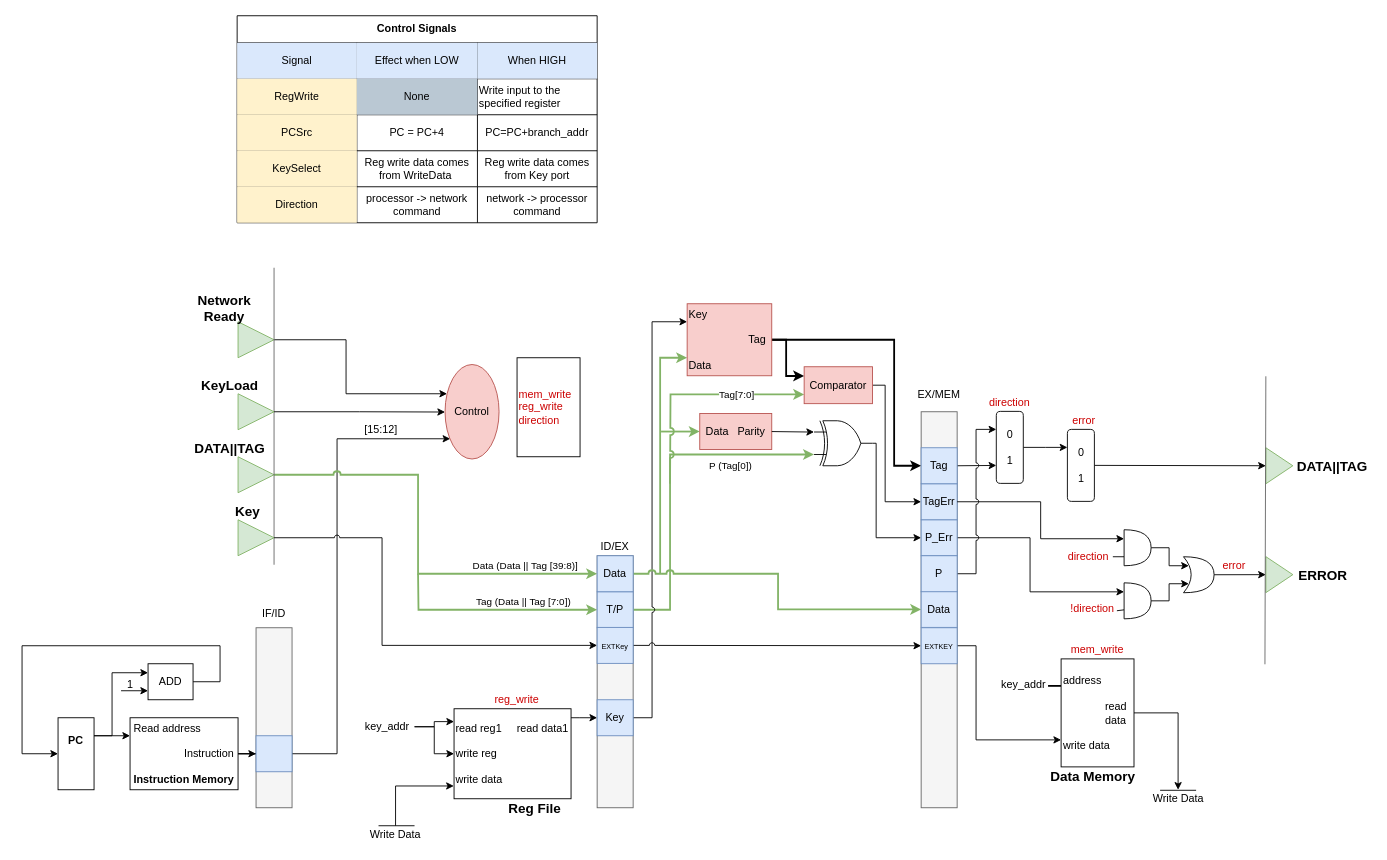
This is overall.drawio from featherbear/UNSW-COMP3211, a draw.io file, before an edit. Source tidied: cells renumbered, new cells numbered last; positions are measured from the earlier drawing's top-left corner, leaving out a move shared by most shapes. Both pictures are drawn from the tidied source at 90%, with x=0, y=0 at pixel (22, 15).
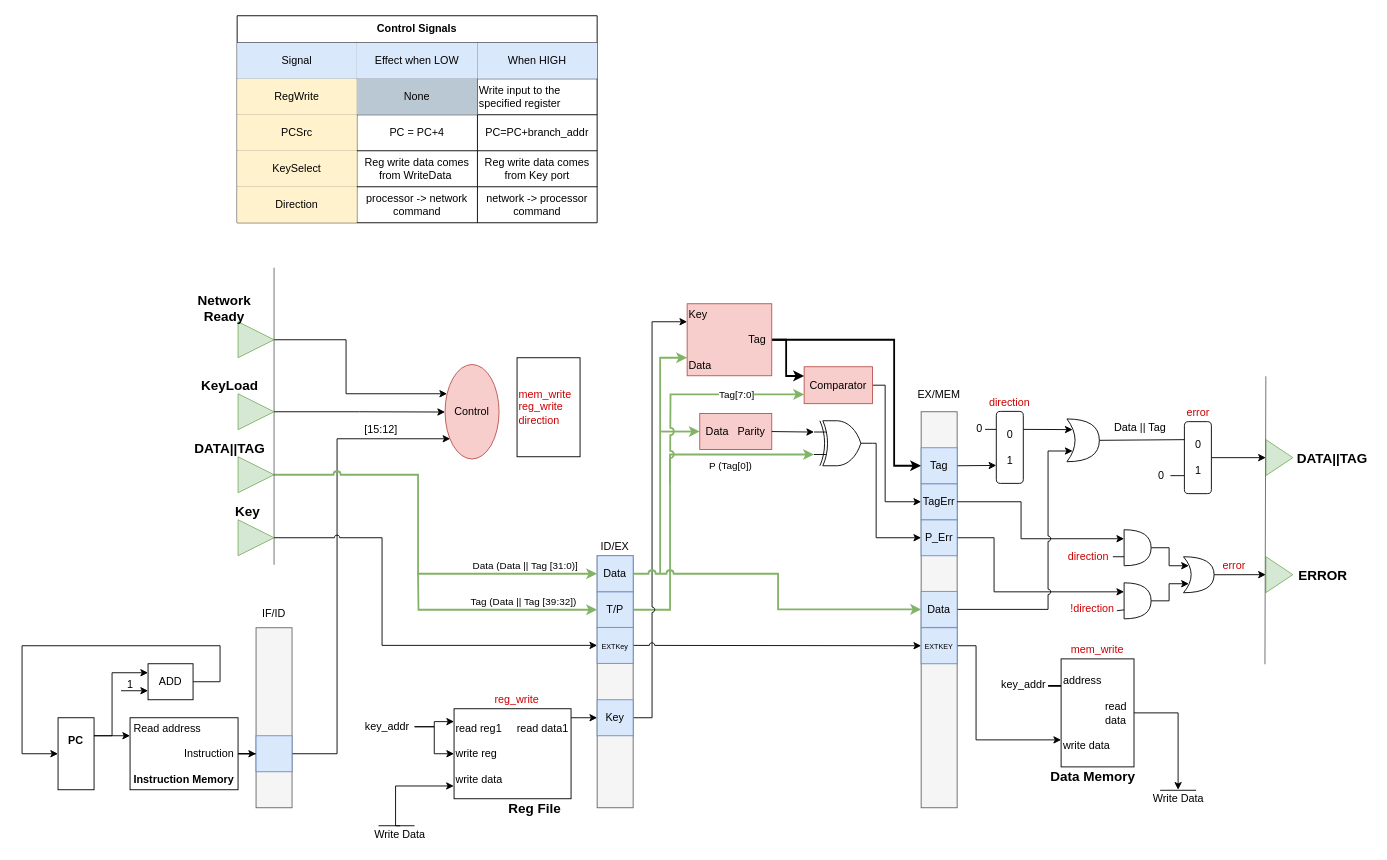
The same diagram, later.

Commit message:
this is not the last update

Unchanged cells that the change refers to:
```xml
<mxCell id="29" style="edgeStyle=orthogonalEdgeStyle;rounded=0;jettySize=auto;html=1;entryX=0;entryY=0.5;entryDx=0;entryDy=0;fillColor=#d5e8d4;strokeColor=#82b366;strokeWidth=2;exitX=1;exitY=0.5;exitDx=0;exitDy=0;jumpStyle=arc;" parent="1" edge="1" source="31" target="50">
  <mxGeometry relative="1" as="geometry">
    <Array as="points">
      <mxPoint x="440" y="510" />
      <mxPoint x="440" y="620" />
    </Array>
  </mxGeometry>
</mxCell>
<mxCell id="45" value="P_Err" style="whiteSpace=wrap;html=1;fillColor=#dae8fc;strokeColor=#6c8ebf;" parent="1" vertex="1">
  <mxGeometry x="999" y="560" width="40" height="40" as="geometry" />
</mxCell>
<mxCell id="46" value="TagErr" style="whiteSpace=wrap;html=1;fillColor=#dae8fc;strokeColor=#6c8ebf;" parent="1" vertex="1">
  <mxGeometry x="999" y="520" width="40" height="40" as="geometry" />
</mxCell>
<mxCell id="61" style="shape=or;whiteSpace=wrap;html=1;" parent="1" vertex="1">
  <mxGeometry x="1224.5" y="571.1" width="30" height="40" as="geometry" />
</mxCell>
<mxCell id="64" style="shape=or;whiteSpace=wrap;html=1;" parent="1" vertex="1">
  <mxGeometry x="1224.5" y="630.1" width="30" height="40" as="geometry" />
</mxCell>
<mxCell id="73" value="Data" style="whiteSpace=wrap;html=1;fillColor=#dae8fc;strokeColor=#6c8ebf;" parent="1" vertex="1">
  <mxGeometry x="999" y="639.6" width="40" height="40" as="geometry" />
</mxCell>
<mxCell id="75" value="&lt;div&gt;0&lt;/div&gt;&lt;div&gt;&lt;br&gt;&lt;/div&gt;&lt;div&gt;1&lt;/div&gt;" style="rounded=1;whiteSpace=wrap;html=1;align=center;" parent="1" vertex="1">
  <mxGeometry x="1082.5" y="439.6" width="30" height="80" as="geometry" />
</mxCell>
```

The edit, as a diff of the source:
```diff
@@
-    <mxCell id="30" value="Data (Data || Tag [39:8)]" style="edgeLabel;html=1;align=center;verticalAlign=middle;" parent="29" vertex="1">
+    <mxCell id="30" value="Data (Data || Tag [31:0)]" style="edgeLabel;html=1;align=center;verticalAlign=middle;" parent="29" vertex="1">
       <mxGeometry x="0.58" y="-2" relative="1" as="geometry">
         <mxPoint x="17.4" y="-12" as="offset" />
       </mxGeometry>
     </mxCell>
@@
     <mxCell id="44" style="edgeStyle=orthogonalEdgeStyle;rounded=0;jumpStyle=arc;jettySize=auto;html=1;exitX=1;exitY=0.5;exitDx=0;exitDy=0;entryX=0;entryY=0.25;entryDx=0;entryDy=0;entryPerimeter=0;startArrow=none;startFill=0;endArrow=classic;endFill=1;strokeWidth=1;" parent="1" edge="1" source="45" target="64">
       <mxGeometry relative="1" as="geometry">
         <Array as="points">
-          <mxPoint x="1120" y="580" />
-          <mxPoint x="1120" y="640" />
+          <mxPoint x="1080" y="580" />
+          <mxPoint x="1080" y="640" />
         </Array>
       </mxGeometry>
     </mxCell>
@@
     <mxCell id="53" value="Write Data" style="text;html=1;strokeColor=none;fillColor=none;align=center;verticalAlign=middle;whiteSpace=wrap;rounded=0;" parent="1" vertex="1">
-      <mxGeometry x="365" y="900" width="100" height="20" as="geometry" />
+      <mxGeometry x="370" y="900" width="100" height="20" as="geometry" />
     </mxCell>
@@
     <mxCell id="58" style="edgeStyle=orthogonalEdgeStyle;rounded=0;jumpStyle=arc;jettySize=auto;html=1;exitX=0;exitY=0.25;exitDx=0;exitDy=0;exitPerimeter=0;entryX=1;entryY=0.5;entryDx=0;entryDy=0;startArrow=classic;startFill=1;endArrow=none;endFill=0;strokeWidth=1;" parent="1" edge="1" source="61" target="46">
-      <mxGeometry relative="1" as="geometry" />
+      <mxGeometry relative="1" as="geometry">
+        <Array as="points">
+          <mxPoint x="1110" y="581" />
+          <mxPoint x="1110" y="540" />
+        </Array>
+      </mxGeometry>
     </mxCell>
@@
     <mxCell id="67" style="triangle;whiteSpace=wrap;html=1;fillColor=#d5e8d4;strokeColor=#82b366;" parent="1" vertex="1">
-      <mxGeometry x="1382" y="480" width="30" height="40" as="geometry" />
+      <mxGeometry x="1382" y="471" width="30" height="40" as="geometry" />
     </mxCell>
@@
     <mxCell id="69" value="&lt;b&gt;&lt;font style=&quot;font-size: 15px&quot;&gt;DATA||TAG&lt;/font&gt;&lt;/b&gt;" style="text;html=1;strokeColor=none;fillColor=none;align=center;verticalAlign=middle;whiteSpace=wrap;rounded=0;" parent="1" vertex="1">
-      <mxGeometry x="1412" y="485" width="87.5" height="30" as="geometry" />
+      <mxGeometry x="1412" y="476" width="87.5" height="30" as="geometry" />
     </mxCell>
@@
+    <mxCell id="132" style="edgeStyle=orthogonalEdgeStyle;rounded=0;jumpStyle=arc;jettySize=auto;html=1;exitX=1;exitY=0.5;exitDx=0;exitDy=0;startArrow=none;startFill=0;endArrow=classic;endFill=1;strokeWidth=1;entryX=0.175;entryY=0.75;entryDx=0;entryDy=0;entryPerimeter=0;" parent="1" edge="1" source="73" target="138">
+      <mxGeometry relative="1" as="geometry">
+        <Array as="points">
+          <mxPoint x="1140" y="660" />
+          <mxPoint x="1140" y="484" />
+        </Array>
+      </mxGeometry>
+    </mxCell>
@@
-    <mxCell id="74" style="edgeStyle=elbowEdgeStyle;rounded=0;jumpStyle=none;jettySize=auto;html=1;entryX=0;entryY=0.25;entryDx=0;entryDy=0;strokeWidth=1;" parent="1" edge="1" source="75" target="80">
-      <mxGeometry relative="1" as="geometry" />
-    </mxCell>
+    <mxCell id="133" style="edgeStyle=orthogonalEdgeStyle;rounded=0;jumpStyle=arc;jettySize=auto;html=1;exitX=0;exitY=0.25;exitDx=0;exitDy=0;startArrow=none;startFill=0;endArrow=none;endFill=0;strokeWidth=1;" parent="1" edge="1" source="75">
+      <mxGeometry relative="1" as="geometry">
+        <mxPoint x="1070" y="459.7" as="targetPoint" />
+      </mxGeometry>
+    </mxCell>
+    <mxCell id="134" style="edgeStyle=orthogonalEdgeStyle;rounded=0;jumpStyle=arc;jettySize=auto;html=1;exitX=1;exitY=0.25;exitDx=0;exitDy=0;entryX=0.175;entryY=0.25;entryDx=0;entryDy=0;entryPerimeter=0;startArrow=none;startFill=0;endArrow=classic;endFill=1;strokeWidth=1;" parent="1" edge="1" source="75" target="138">
+      <mxGeometry relative="1" as="geometry" />
+    </mxCell>
@@
-    <mxCell id="77" style="edgeStyle=orthogonalEdgeStyle;rounded=0;jumpStyle=arc;jettySize=auto;html=1;exitX=1;exitY=0.5;exitDx=0;exitDy=0;startArrow=none;startFill=0;endArrow=classic;endFill=1;strokeWidth=1;entryX=0;entryY=0.25;entryDx=0;entryDy=0;" parent="1" edge="1" source="78" target="75">
-      <mxGeometry relative="1" as="geometry">
-        <Array as="points">
-          <mxPoint x="1060" y="620" />
-          <mxPoint x="1060" y="460" />
-        </Array>
-      </mxGeometry>
-    </mxCell>
-    <mxCell id="78" value="P" style="whiteSpace=wrap;html=1;fillColor=#dae8fc;strokeColor=#6c8ebf;" parent="1" vertex="1">
-      <mxGeometry x="999" y="600" width="40" height="40" as="geometry" />
-    </mxCell>
@@
+    <mxCell id="135" style="edgeStyle=orthogonalEdgeStyle;rounded=0;jumpStyle=arc;jettySize=auto;html=1;exitX=0;exitY=0.75;exitDx=0;exitDy=0;startArrow=none;startFill=0;endArrow=none;endFill=0;strokeWidth=1;" parent="1" edge="1" source="80">
+      <mxGeometry relative="1" as="geometry">
+        <mxPoint x="1276" y="511.1" as="targetPoint" />
+      </mxGeometry>
+    </mxCell>
     <mxCell id="80" value="&lt;div&gt;0&lt;/div&gt;&lt;div&gt;&lt;br&gt;&lt;/div&gt;&lt;div&gt;1&lt;/div&gt;" style="rounded=1;whiteSpace=wrap;html=1;align=center;" parent="1" vertex="1">
-      <mxGeometry x="1161.5" y="459.6" width="30" height="80" as="geometry" />
+      <mxGeometry x="1291.5" y="451" width="30" height="80" as="geometry" />
     </mxCell>
     <mxCell id="81" value="&lt;font color=&quot;#cc0000&quot;&gt;error&lt;br&gt;&lt;/font&gt;" style="text;html=1;strokeColor=none;fillColor=none;align=center;verticalAlign=middle;whiteSpace=wrap;rounded=0;" parent="1" vertex="1">
-      <mxGeometry x="1159.5" y="439.6" width="40" height="20" as="geometry" />
+      <mxGeometry x="1286.5" y="431" width="40" height="20" as="geometry" />
     </mxCell>
@@
-    <mxCell id="128" value="Tag (Data || Tag [7:0])" style="edgeLabel;html=1;align=center;verticalAlign=middle;" parent="1" vertex="1">
+    <mxCell id="128" value="Tag (Data || Tag [39:32])" style="edgeLabel;html=1;align=center;verticalAlign=middle;" parent="1" vertex="1">
       <mxGeometry x="550" y="654.6" as="geometry">
         <mxPoint x="6" y="-4" as="offset" />
       </mxGeometry>
     </mxCell>
@@
+    <mxCell id="136" value="0" style="text;html=1;strokeColor=none;fillColor=none;align=center;verticalAlign=middle;whiteSpace=wrap;rounded=0;" parent="1" vertex="1">
+      <mxGeometry x="1055.5" y="449" width="15.5" height="20" as="geometry" />
+    </mxCell>
+    <mxCell id="137" value="0" style="text;html=1;strokeColor=none;fillColor=none;align=center;verticalAlign=middle;whiteSpace=wrap;rounded=0;" parent="1" vertex="1">
+      <mxGeometry x="1258.2" y="501.4" width="15.5" height="20" as="geometry" />
+    </mxCell>
+    <mxCell id="138" style="shape=xor;whiteSpace=wrap;html=1;" parent="1" vertex="1">
+      <mxGeometry x="1161" y="448" width="36" height="47.5" as="geometry" />
+    </mxCell>
+    <mxCell id="139" style="edgeStyle=orthogonalEdgeStyle;rounded=0;jumpStyle=arc;jettySize=auto;html=1;exitX=1;exitY=0.5;exitDx=0;exitDy=0;exitPerimeter=0;entryX=0;entryY=0.25;entryDx=0;entryDy=0;startArrow=none;startFill=0;endArrow=none;endFill=0;strokeWidth=1;" parent="1" edge="1" source="138" target="80">
+      <mxGeometry relative="1" as="geometry" />
+    </mxCell>
+    <mxCell id="140" value="Data || Tag" style="text;html=1;strokeColor=none;fillColor=none;align=center;verticalAlign=middle;whiteSpace=wrap;rounded=0;" parent="1" vertex="1">
+      <mxGeometry x="1209.5" y="448" width="65" height="20" as="geometry" />
+    </mxCell>
```
